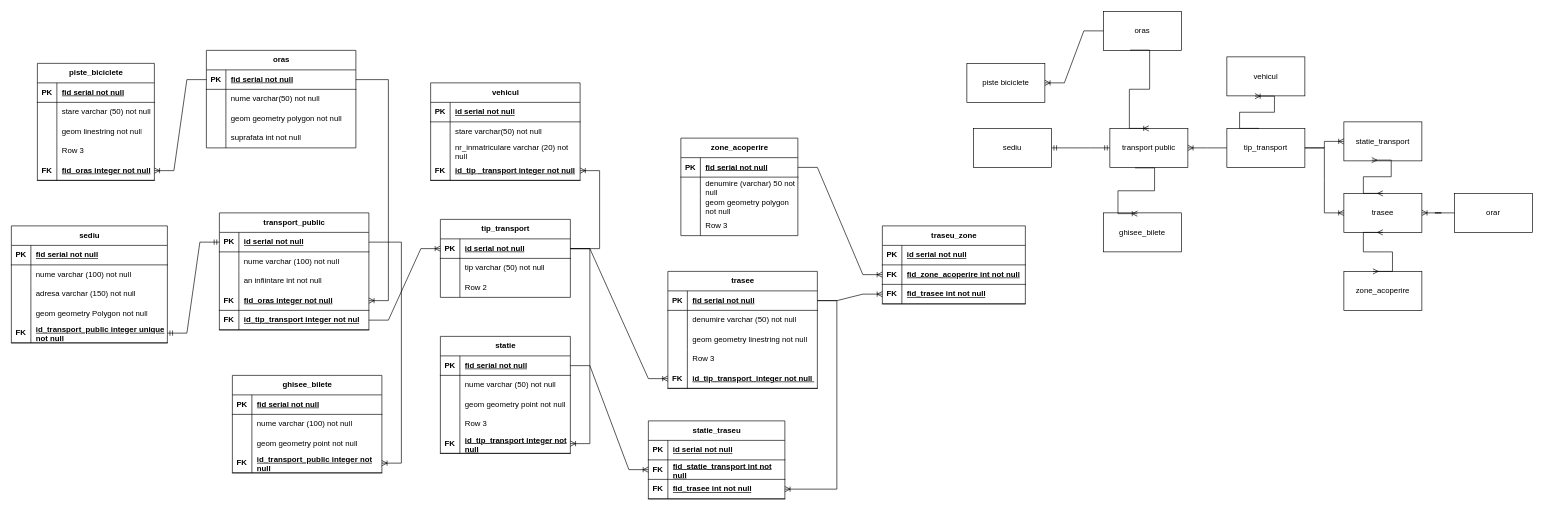
The draw.io diagram examen_final.drawio in AndreeaPatrauvt/db1project, before the edit. Source tidied: cells renumbered, new cells numbered last; positions are measured from the earlier drawing's top-left corner, leaving out a move shared by most shapes. Both pictures are drawn from the tidied source at 65%, with x=0, y=0 at pixel (11, 11).
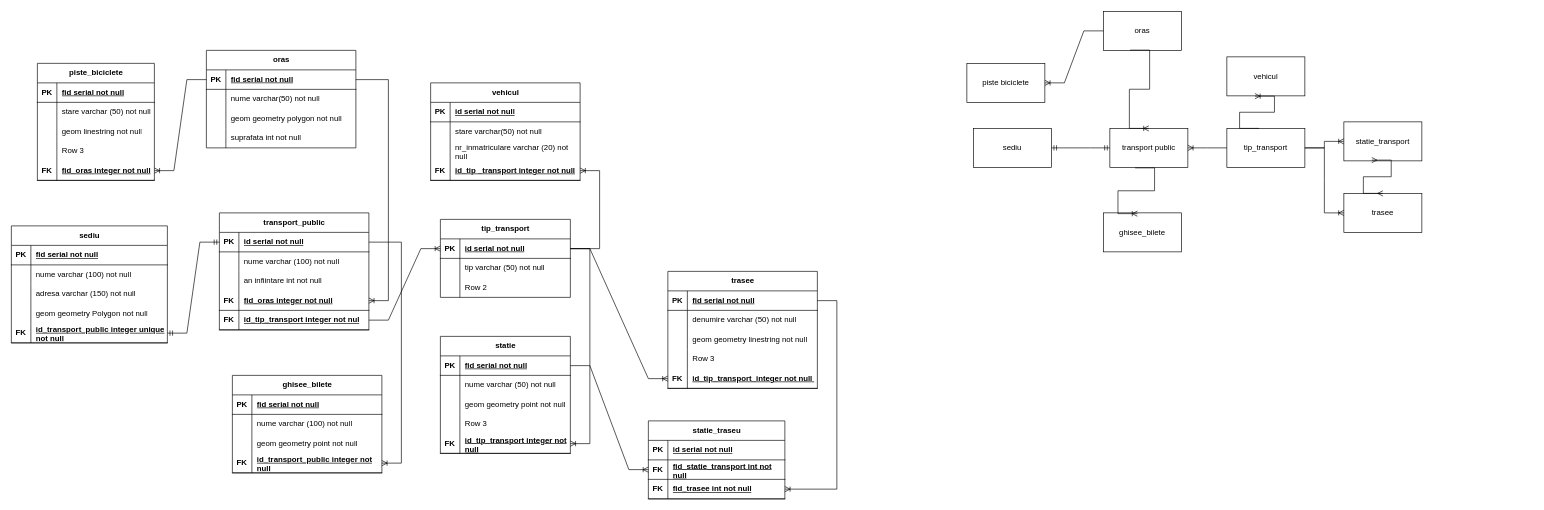
The same page after the edit.

Unchanged cells that the change refers to:
```xml
<mxCell id="6" value="trasee" style="rounded=0;whiteSpace=wrap;html=1;" parent="1" vertex="1">
  <mxGeometry x="2050" y="280" width="120" height="60" as="geometry" />
</mxCell>
<mxCell id="145" style="shape=tableRow;horizontal=0;startSize=0;swimlaneHead=0;swimlaneBody=0;fillColor=none;points=[[0,0.5],[1,0.5]];portConstraint=eastwest;top=0;left=0;right=0;bottom=1;" parent="144" vertex="1">
  <mxGeometry y="30" width="230" height="30" as="geometry" />
</mxCell>
```

The edit, as a diff of the source:
```diff
@@
-    <mxCell id="20" value="zone_acoperire" style="rounded=0;whiteSpace=wrap;html=1;" parent="1" vertex="1">
-      <mxGeometry x="2050" y="400" width="120" height="60" as="geometry" />
-    </mxCell>
-    <mxCell id="21" style="edgeStyle=entityRelationEdgeStyle;fontSize=12;html=1;endArrow=ERmany;startArrow=ERmany;rounded=0;entryX=0.5;entryY=1;entryDx=0;entryDy=0;exitX=0.373;exitY=0;exitDx=0;exitDy=0;exitPerimeter=0;" parent="1" edge="1" source="20" target="6">
-      <mxGeometry relative="1" as="geometry" />
-    </mxCell>
-    <mxCell id="22" value="orar" style="rounded=0;whiteSpace=wrap;html=1;" parent="1" vertex="1">
-      <mxGeometry x="2220" y="280" width="120" height="60" as="geometry" />
-    </mxCell>
-    <mxCell id="23" style="edgeStyle=entityRelationEdgeStyle;fontSize=12;html=1;endArrow=ERoneToMany;rounded=0;exitX=0;exitY=0.5;exitDx=0;exitDy=0;" parent="1" edge="1" source="22" target="6">
-      <mxGeometry relative="1" as="geometry" />
-    </mxCell>
@@
-    <mxCell id="161" value="zone_acoperire" style="shape=table;startSize=30;childLayout=tableLayout;rowLines=0;fontStyle=1;align=center;html=1;" parent="1" vertex="1">
-      <mxGeometry x="1030" y="195" width="180" height="150" as="geometry" />
-    </mxCell>
-    <mxCell id="162" style="shape=tableRow;horizontal=0;startSize=0;swimlaneHead=0;swimlaneBody=0;fillColor=none;points=[[0,0.5],[1,0.5]];portConstraint=eastwest;top=0;left=0;right=0;bottom=1;" parent="161" vertex="1">
-      <mxGeometry y="30" width="180" height="30" as="geometry" />
-    </mxCell>
-    <mxCell id="163" value="PK" style="shape=partialRectangle;fillColor=none;top=0;left=0;bottom=0;right=0;fontStyle=1;overflow=hidden;whiteSpace=wrap;html=1;" parent="162" vertex="1">
-      <mxGeometry width="30" height="30" as="geometry" />
-    </mxCell>
-    <mxCell id="164" value="fid serial not null" style="shape=partialRectangle;fillColor=none;top=0;left=0;bottom=0;right=0;align=left;spacingLeft=6;fontStyle=5;overflow=hidden;whiteSpace=wrap;html=1;" parent="162" vertex="1">
-      <mxGeometry x="30" width="150" height="30" as="geometry" />
-    </mxCell>
-    <mxCell id="165" style="shape=tableRow;horizontal=0;startSize=0;swimlaneHead=0;swimlaneBody=0;fillColor=none;top=0;left=0;right=0;bottom=0;" parent="161" vertex="1">
-      <mxGeometry y="60" width="180" height="30" as="geometry" />
-    </mxCell>
-    <mxCell id="166" style="shape=partialRectangle;fillColor=none;top=0;left=0;bottom=0;right=0;overflow=hidden;whiteSpace=wrap;html=1;" parent="165" vertex="1">
-      <mxGeometry width="30" height="30" as="geometry" />
-    </mxCell>
-    <mxCell id="167" value="denumire (varchar) 50 not null" style="shape=partialRectangle;fillColor=none;top=0;left=0;bottom=0;right=0;align=left;spacingLeft=6;overflow=hidden;whiteSpace=wrap;html=1;" parent="165" vertex="1">
-      <mxGeometry x="30" width="150" height="30" as="geometry" />
-    </mxCell>
-    <mxCell id="168" style="shape=tableRow;horizontal=0;startSize=0;swimlaneHead=0;swimlaneBody=0;fillColor=none;top=0;left=0;right=0;bottom=0;" parent="161" vertex="1">
-      <mxGeometry y="90" width="180" height="30" as="geometry" />
-    </mxCell>
-    <mxCell id="169" style="shape=partialRectangle;fillColor=none;top=0;left=0;bottom=0;right=0;overflow=hidden;whiteSpace=wrap;html=1;" parent="168" vertex="1">
-      <mxGeometry width="30" height="30" as="geometry" />
-    </mxCell>
-    <mxCell id="170" value="geom geometry polygon not null" style="shape=partialRectangle;fillColor=none;top=0;left=0;bottom=0;right=0;align=left;spacingLeft=6;overflow=hidden;whiteSpace=wrap;html=1;" parent="168" vertex="1">
-      <mxGeometry x="30" width="150" height="30" as="geometry" />
-    </mxCell>
-    <mxCell id="171" style="shape=tableRow;horizontal=0;startSize=0;swimlaneHead=0;swimlaneBody=0;fillColor=none;top=0;left=0;right=0;bottom=0;" parent="161" vertex="1">
-      <mxGeometry y="120" width="180" height="30" as="geometry" />
-    </mxCell>
-    <mxCell id="172" style="shape=partialRectangle;fillColor=none;top=0;left=0;bottom=0;right=0;overflow=hidden;whiteSpace=wrap;html=1;" parent="171" vertex="1">
-      <mxGeometry width="30" height="30" as="geometry" />
-    </mxCell>
-    <mxCell id="173" value="Row 3" style="shape=partialRectangle;fillColor=none;top=0;left=0;bottom=0;right=0;align=left;spacingLeft=6;overflow=hidden;whiteSpace=wrap;html=1;" parent="171" vertex="1">
-      <mxGeometry x="30" width="150" height="30" as="geometry" />
-    </mxCell>
@@
-    <mxCell id="186" value="traseu_zone" style="shape=table;startSize=30;childLayout=tableLayout;rowLines=0;fontStyle=1;align=center;html=1;" parent="1" vertex="1">
-      <mxGeometry x="1340" y="330" width="220" height="120" as="geometry" />
-    </mxCell>
-    <mxCell id="187" style="shape=tableRow;horizontal=0;startSize=0;swimlaneHead=0;swimlaneBody=0;fillColor=none;top=0;left=0;right=0;bottom=1;" parent="186" vertex="1">
-      <mxGeometry y="30" width="220" height="30" as="geometry" />
-    </mxCell>
-    <mxCell id="188" value="PK" style="shape=partialRectangle;fillColor=none;top=0;left=0;bottom=0;right=0;fontStyle=1;overflow=hidden;whiteSpace=wrap;html=1;" parent="187" vertex="1">
-      <mxGeometry width="30" height="30" as="geometry" />
-    </mxCell>
-    <mxCell id="189" value="id serial not null" style="shape=partialRectangle;fillColor=none;top=0;left=0;bottom=0;right=0;align=left;spacingLeft=6;fontStyle=5;overflow=hidden;whiteSpace=wrap;html=1;" parent="187" vertex="1">
-      <mxGeometry x="30" width="190" height="30" as="geometry" />
-    </mxCell>
-    <mxCell id="190" style="shape=tableRow;horizontal=0;startSize=0;swimlaneHead=0;swimlaneBody=0;fillColor=none;points=[[0,0.5],[1,0.5]];portConstraint=eastwest;top=0;left=0;right=0;bottom=1;" parent="186" vertex="1">
-      <mxGeometry y="60" width="220" height="30" as="geometry" />
-    </mxCell>
-    <mxCell id="191" value="FK" style="shape=partialRectangle;fillColor=none;top=0;left=0;bottom=0;right=0;fontStyle=1;overflow=hidden;whiteSpace=wrap;html=1;" parent="190" vertex="1">
-      <mxGeometry width="30" height="30" as="geometry" />
-    </mxCell>
-    <mxCell id="192" value="fid_zone_acoperire int not null" style="shape=partialRectangle;fillColor=none;top=0;left=0;bottom=0;right=0;align=left;spacingLeft=6;fontStyle=5;overflow=hidden;whiteSpace=wrap;html=1;" parent="190" vertex="1">
-      <mxGeometry x="30" width="190" height="30" as="geometry" />
-    </mxCell>
-    <mxCell id="193" style="shape=tableRow;horizontal=0;startSize=0;swimlaneHead=0;swimlaneBody=0;fillColor=none;points=[[0,0.5],[1,0.5]];portConstraint=eastwest;top=0;left=0;right=0;bottom=1;" parent="186" vertex="1">
-      <mxGeometry y="90" width="220" height="30" as="geometry" />
-    </mxCell>
-    <mxCell id="194" value="FK" style="shape=partialRectangle;fillColor=none;top=0;left=0;bottom=0;right=0;fontStyle=1;overflow=hidden;whiteSpace=wrap;html=1;" parent="193" vertex="1">
-      <mxGeometry width="30" height="30" as="geometry" />
-    </mxCell>
-    <mxCell id="195" value="fid_trasee int not null" style="shape=partialRectangle;fillColor=none;top=0;left=0;bottom=0;right=0;align=left;spacingLeft=6;fontStyle=5;overflow=hidden;whiteSpace=wrap;html=1;" parent="193" vertex="1">
-      <mxGeometry x="30" width="190" height="30" as="geometry" />
-    </mxCell>
-    <mxCell id="196" style="edgeStyle=entityRelationEdgeStyle;fontSize=12;html=1;endArrow=ERoneToMany;rounded=0;" parent="1" edge="1" source="162" target="190">
-      <mxGeometry relative="1" as="geometry" />
-    </mxCell>
-    <mxCell id="197" style="edgeStyle=entityRelationEdgeStyle;fontSize=12;html=1;endArrow=ERoneToMany;rounded=0;" parent="1" edge="1" source="145" target="193">
-      <mxGeometry relative="1" as="geometry" />
-    </mxCell>
```
